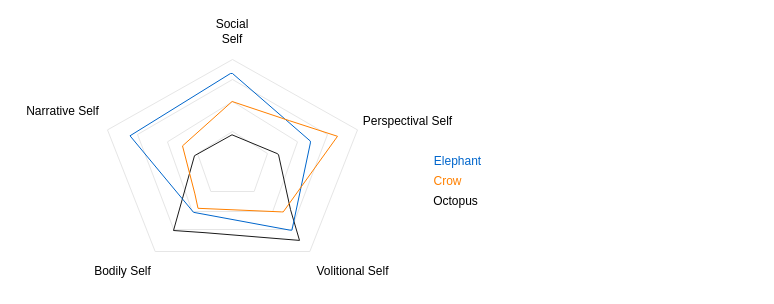
Above: consciousness.drawio in codeaudit/1 (draw.io), before the change. Source tidied: cells renumbered, new cells numbered last; positions are measured from the earlier drawing's top-left corner, leaving out a move shared by most shapes. Both pictures are drawn from the tidied source at 100%, with x=0, y=0 at pixel (17, 21).
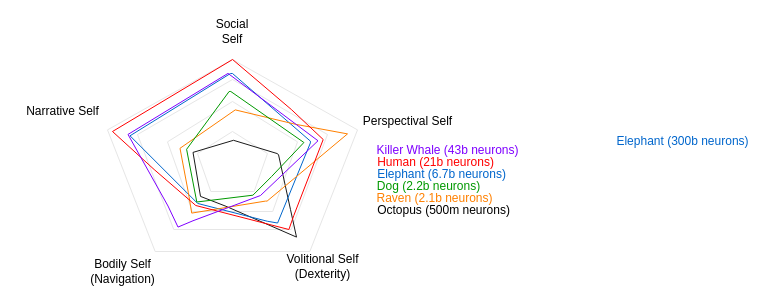
After the change.

What changed in the source:
```diff
@@
-    <mxCell id="7" value="Bodily Self" style="text;html=1;align=center;verticalAlign=middle;" parent="1" vertex="1">
-      <mxGeometry x="70" y="240" width="70" height="20" as="geometry" />
+    <mxCell id="7" value="Bodily Self&lt;br&gt;(Navigation)" style="text;html=1;align=center;verticalAlign=middle;" parent="1" vertex="1">
+      <mxGeometry x="65" y="235" width="80" height="30" as="geometry" />
     </mxCell>
@@
-    <mxCell id="9" value="Volitional Self" style="text;html=1;align=center;verticalAlign=middle;" parent="1" vertex="1">
-      <mxGeometry x="290" y="240" width="90" height="20" as="geometry" />
+    <mxCell id="9" value="Volitional Self&lt;br&gt;(Dexterity)" style="text;html=1;align=center;verticalAlign=middle;" parent="1" vertex="1">
+      <mxGeometry x="260" y="230.2" width="90" height="30" as="geometry" />
     </mxCell>
@@
-    <mxCell id="11" value="&lt;font color=&quot;#0066cc&quot;&gt;Elephant&lt;/font&gt;" style="text;html=1;align=center;verticalAlign=middle;" parent="1" vertex="1">
-      <mxGeometry x="410" y="130" width="60" height="20" as="geometry" />
+    <mxCell id="11" value="&lt;font color=&quot;#0066cc&quot;&gt;Elephant (6.7b neurons)&lt;/font&gt;" style="text;html=1;align=center;verticalAlign=middle;" parent="1" vertex="1">
+      <mxGeometry x="354" y="143" width="140" height="20" as="geometry" />
     </mxCell>
-    <mxCell id="12" value="&lt;font color=&quot;#ff8000&quot;&gt;Crow&lt;/font&gt;" style="text;html=1;align=center;verticalAlign=middle;" parent="1" vertex="1">
-      <mxGeometry x="410" y="150" width="40" height="20" as="geometry" />
+    <mxCell id="12" value="&lt;font color=&quot;#ff8000&quot;&gt;Raven (2.1b neurons)&lt;/font&gt;" style="text;html=1;align=center;verticalAlign=middle;" parent="1" vertex="1">
+      <mxGeometry x="352" y="167" width="130" height="20" as="geometry" />
     </mxCell>
-    <mxCell id="13" value="Octopus" style="text;html=1;align=center;verticalAlign=middle;" parent="1" vertex="1">
-      <mxGeometry x="408" y="170" width="60" height="20" as="geometry" />
+    <mxCell id="13" value="Octopus (500m neurons)" style="text;html=1;align=center;verticalAlign=middle;" parent="1" vertex="1">
+      <mxGeometry x="351" y="179" width="150" height="20" as="geometry" />
     </mxCell>
-    <mxCell id="14" style="verticalLabelPosition=bottom;verticalAlign=top;html=1;shape=mxgraph.basic.polygon;polyCoords=[[0.43,0.03],[0.73,0.2],[0.74,0.21],[0.82,0.71],[0.88,0.99],[0.25,0.92],[0.04,0.9],[0.18,0.22]];polyline=0;strokeColor=#1A1A1A;fillColor=none;" parent="1" vertex="1">
+    <mxCell id="14" style="verticalLabelPosition=bottom;verticalAlign=top;html=1;shape=mxgraph.basic.polygon;polyCoords=[[0.44,0.08],[0.73,0.2],[0.74,0.21],[0.82,0.71],[0.86,0.96],[0.39,0.68],[0.22,0.59],[0.17,0.19]];polyline=0;strokeColor=#1A1A1A;fillColor=none;" parent="1" vertex="1">
       <mxGeometry x="150" y="110" width="150" height="110" as="geometry" />
     </mxCell>
-    <mxCell id="15" style="verticalLabelPosition=bottom;verticalAlign=top;html=1;shape=mxgraph.basic.polygon;polyCoords=[[0.49,0],[0.5,0],[0.88,0.38],[0.88,0.39],[0.79,0.88],[0.78,0.88],[0.31,0.78],[0,0.35]];polyline=0;fillColor=none;strokeColor=#0066CC;" parent="1" vertex="1">
+    <mxCell id="15" style="verticalLabelPosition=bottom;verticalAlign=top;html=1;shape=mxgraph.basic.polygon;polyCoords=[[0.49,0],[0.5,0],[0.88,0.38],[0.88,0.39],[0.72,0.84],[0.67,0.83],[0.33,0.73],[0,0.35]];polyline=0;fillColor=none;strokeColor=#0066CC;" parent="1" vertex="1">
       <mxGeometry x="112.5" y="52" width="205" height="178" as="geometry" />
     </mxCell>
-    <mxCell id="16" style="verticalLabelPosition=bottom;verticalAlign=top;html=1;shape=mxgraph.basic.polygon;polyCoords=[[0.32,0],[0.69,0.16],[1,0.29],[0.65,0.92],[0.64,0.92],[0.1,0.89],[0.08,0.77],[0,0.37]];polyline=0;fillColor=none;strokeColor=#FF8000;" parent="1" vertex="1">
-      <mxGeometry x="165" y="80" width="155" height="120" as="geometry" />
+    <mxCell id="16" style="verticalLabelPosition=bottom;verticalAlign=top;html=1;shape=mxgraph.basic.polygon;polyCoords=[[0.33,0.07],[0.69,0.19],[1,0.27],[0.52,0.83],[0.51,0.83],[0.07,0.93],[0.05,0.76],[0,0.39]];polyline=0;fillColor=none;strokeColor=#FF8000;" parent="1" vertex="1">
+      <mxGeometry x="162.5" y="80" width="167.5" height="120" as="geometry" />
     </mxCell>
+    <mxCell id="17" style="verticalLabelPosition=bottom;verticalAlign=top;html=1;shape=mxgraph.basic.polygon;polyCoords=[[0.48,0],[0.49,0],[0.92,0.3],[0.73,0.5],[0.62,0.61],[0.62,0.61],[0.29,0.65],[0.23,0.34]];polyline=0;fillColor=none;strokeColor=#009900;" parent="1" vertex="1">
+      <mxGeometry x="130" y="70" width="170" height="170" as="geometry" />
+    </mxCell>
+    <mxCell id="18" value="&lt;font color=&quot;#009900&quot;&gt;Dog (2.2b neurons)&lt;/font&gt;" style="text;html=1;align=center;verticalAlign=middle;" parent="1" vertex="1">
+      <mxGeometry x="351" y="155" width="120" height="20" as="geometry" />
+    </mxCell>
+    <mxCell id="19" value="&lt;font color=&quot;#ff0000&quot;&gt;Human (21b neurons)&lt;/font&gt;" style="text;html=1;align=center;verticalAlign=middle;" parent="1" vertex="1">
+      <mxGeometry x="353" y="131" width="130" height="20" as="geometry" />
+    </mxCell>
+    <mxCell id="20" style="verticalLabelPosition=bottom;verticalAlign=top;html=1;shape=mxgraph.basic.polygon;polyCoords=[[0.49,0.04],[0.73,0.29],[0.86,0.44],[0.74,0.82],[0.72,0.89],[0.34,0.77],[0.17,0.59],[0,0.4]];polyline=0;fillColor=none;strokeColor=#FF0000;" parent="1" vertex="1">
+      <mxGeometry x="95" y="30" width="245" height="200" as="geometry" />
+    </mxCell>
+    <mxCell id="21" value="&lt;font color=&quot;#0066cc&quot;&gt;Elephant (300b neurons)&lt;/font&gt;" style="text;html=1;align=center;verticalAlign=middle;" parent="1" vertex="1">
+      <mxGeometry x="590" y="110" width="150" height="20" as="geometry" />
+    </mxCell>
+    <mxCell id="22" value="&lt;font color=&quot;#7f00ff&quot;&gt;Killer Whale (43b neurons)&lt;/font&gt;" style="text;html=1;align=center;verticalAlign=middle;" parent="1" vertex="1">
+      <mxGeometry x="350" y="119" width="160" height="20" as="geometry" />
+    </mxCell>
+    <mxCell id="23" style="verticalLabelPosition=bottom;verticalAlign=top;html=1;shape=mxgraph.basic.polygon;polyCoords=[[0.43,0.01],[0.79,0.33],[0.56,0.59],[0.29,0.71],[0.29,0.71],[0.23,0.74],[0.19,0.64],[0.03,0.3]];polyline=0;fillColor=none;strokeColor=#7F00FF;" parent="1" vertex="1">
+      <mxGeometry x="103" y="49.8" width="250" height="210.5" as="geometry" />
+    </mxCell>
```
